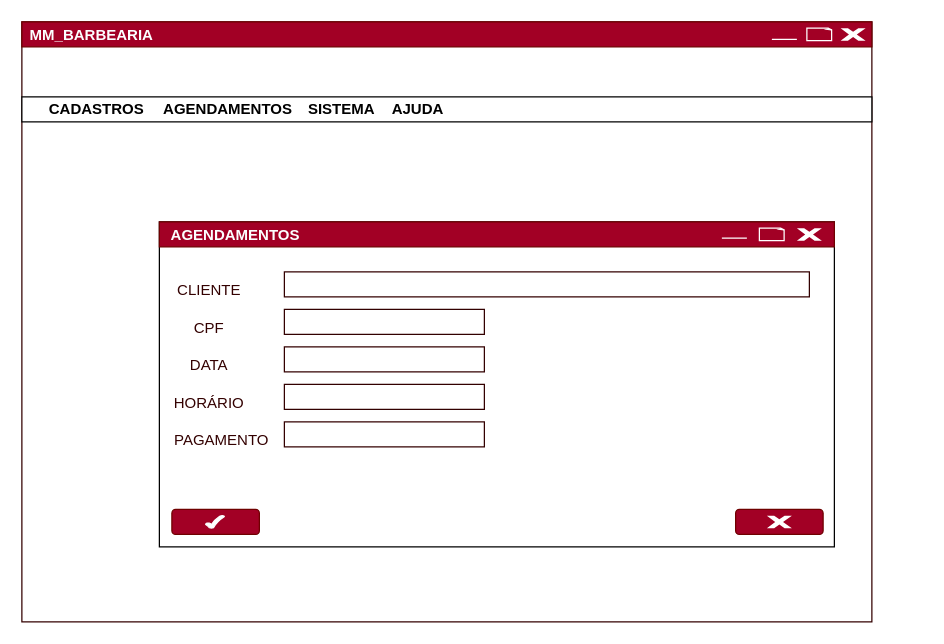
maiconlmotadev/Universidade_https-app.diagrams.net keeps this draw.io diagram as Projeto de Interface - Exercício AULA 5 - Engenharia de resquisitos.drawio. Above is the earlier version. Source tidied: cells renumbered, new cells numbered last; positions are measured from the earlier drawing's top-left corner, leaving out a move shared by most shapes. Both pictures are drawn from the tidied source at 125%, with x=0, y=0 at pixel (21, 21).
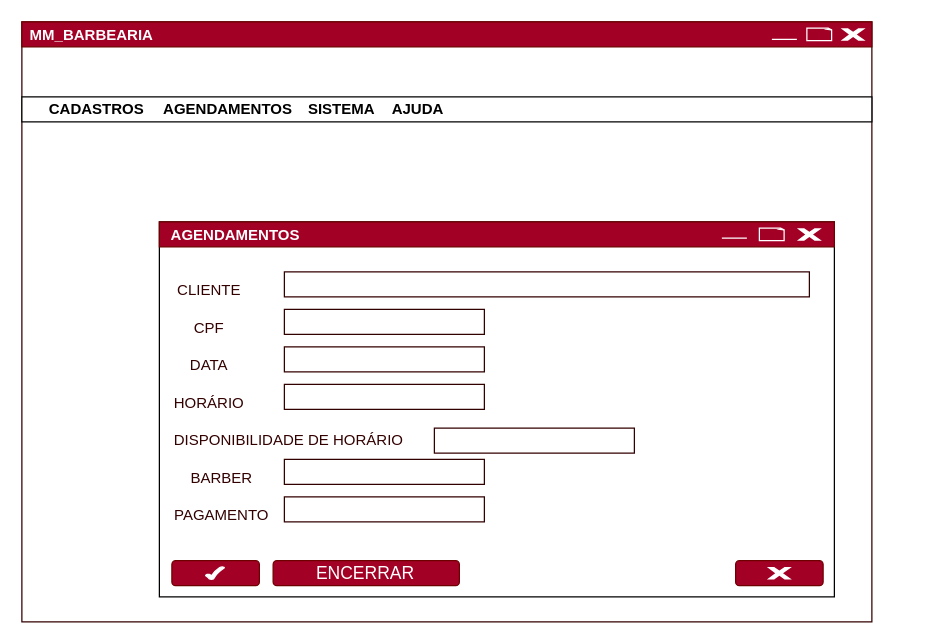
The same page after the edit.

Change to the diagram source:
```diff
@@
     <mxCell id="8" style="rounded=0;whiteSpace=wrap;html=1;glass=0;strokeColor=default;fillColor=none;" parent="1" vertex="1">
-      <mxGeometry x="110" y="160" width="540" height="260" as="geometry" />
+      <mxGeometry x="110" y="160" width="540" height="300" as="geometry" />
     </mxCell>
@@
-    <mxCell id="23" value="&lt;font color=&quot;#330000&quot;&gt;PAGAMENTO&lt;/font&gt;" style="text;html=1;strokeColor=none;fillColor=none;align=center;verticalAlign=middle;whiteSpace=wrap;rounded=0;glass=0;fontColor=#FCFEFF;" parent="1" vertex="1">
-      <mxGeometry x="130" y="320" width="60" height="30" as="geometry" />
+    <mxCell id="23" value="&lt;font color=&quot;#330000&quot;&gt;DISPONIBILIDADE DE HORÁRIO&lt;/font&gt;" style="text;html=1;strokeColor=none;fillColor=none;align=left;verticalAlign=middle;whiteSpace=wrap;rounded=0;glass=0;fontColor=#FCFEFF;" parent="1" vertex="1">
+      <mxGeometry x="120" y="320" width="190" height="30" as="geometry" />
     </mxCell>
@@
     <mxCell id="28" style="rounded=0;whiteSpace=wrap;html=1;glass=0;fontColor=#330000;strokeColor=#330000;fillColor=none;" parent="1" vertex="1">
-      <mxGeometry x="210" y="320" width="160" height="20" as="geometry" />
+      <mxGeometry x="330" y="325" width="160" height="20" as="geometry" />
     </mxCell>
     <mxCell id="29" style="rounded=1;whiteSpace=wrap;html=1;glass=0;fontColor=#ffffff;strokeColor=#6F0000;fillColor=#a20025;" parent="1" vertex="1">
-      <mxGeometry x="120" y="390" width="70" height="20" as="geometry" />
+      <mxGeometry x="120" y="431" width="70" height="20" as="geometry" />
     </mxCell>
     <mxCell id="30" style="rounded=1;whiteSpace=wrap;html=1;glass=0;fontColor=#ffffff;strokeColor=#6F0000;fillColor=#a20025;" parent="1" vertex="1">
-      <mxGeometry x="571" y="390" width="70" height="20" as="geometry" />
+      <mxGeometry x="571" y="431" width="70" height="20" as="geometry" />
     </mxCell>
     <mxCell id="31" style="verticalLabelPosition=bottom;verticalAlign=top;html=1;shape=mxgraph.basic.x;glass=0;strokeColor=none;" parent="1" vertex="1">
-      <mxGeometry x="596" y="395" width="20" height="10" as="geometry" />
+      <mxGeometry x="596" y="436" width="20" height="10" as="geometry" />
     </mxCell>
     <mxCell id="32" style="verticalLabelPosition=bottom;verticalAlign=top;html=1;shape=mxgraph.basic.tick;glass=0;strokeColor=#FCFEFF;" parent="1" vertex="1">
-      <mxGeometry x="147" y="395" width="15" height="10" as="geometry" />
+      <mxGeometry x="147" y="436" width="15" height="10" as="geometry" />
     </mxCell>
@@
+    <mxCell id="34" value="&lt;font color=&quot;#330000&quot;&gt;BARBER&lt;/font&gt;" style="text;html=1;strokeColor=none;fillColor=none;align=center;verticalAlign=middle;whiteSpace=wrap;rounded=0;glass=0;fontColor=#FCFEFF;" parent="1" vertex="1">
+      <mxGeometry x="130" y="350" width="60" height="30" as="geometry" />
+    </mxCell>
+    <mxCell id="35" style="rounded=0;whiteSpace=wrap;html=1;glass=0;fontColor=#330000;strokeColor=#330000;fillColor=none;" parent="1" vertex="1">
+      <mxGeometry x="210" y="350" width="160" height="20" as="geometry" />
+    </mxCell>
+    <mxCell id="36" value="&lt;font color=&quot;#330000&quot;&gt;PAGAMENTO&lt;/font&gt;" style="text;html=1;strokeColor=none;fillColor=none;align=center;verticalAlign=middle;whiteSpace=wrap;rounded=0;glass=0;fontColor=#FCFEFF;" parent="1" vertex="1">
+      <mxGeometry x="130" y="380" width="60" height="30" as="geometry" />
+    </mxCell>
+    <mxCell id="37" style="rounded=0;whiteSpace=wrap;html=1;glass=0;fontColor=#330000;strokeColor=#330000;fillColor=none;" parent="1" vertex="1">
+      <mxGeometry x="210" y="380" width="160" height="20" as="geometry" />
+    </mxCell>
+    <mxCell id="38" style="rounded=1;whiteSpace=wrap;html=1;glass=0;fontColor=#ffffff;strokeColor=#6F0000;fillColor=#a20025;" parent="1" vertex="1">
+      <mxGeometry x="201" y="431" width="149" height="20" as="geometry" />
+    </mxCell>
+    <mxCell id="39" value="&lt;font color=&quot;#ffffff&quot; style=&quot;font-size: 14px&quot;&gt;ENCERRAR&lt;/font&gt;" style="text;html=1;strokeColor=none;fillColor=none;align=center;verticalAlign=middle;whiteSpace=wrap;rounded=0;glass=0;fontColor=#FCFEFF;" parent="1" vertex="1">
+      <mxGeometry x="200" y="431" width="150" height="19" as="geometry" />
+    </mxCell>
```
